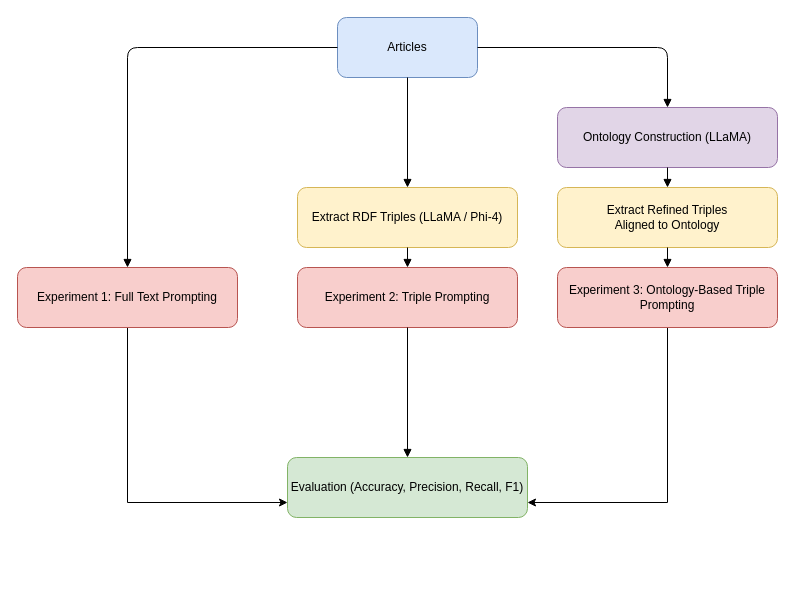
avhou/IM9506-AF keeps this draw.io diagram as rq1.drawio. Above is the earlier version. Source tidied: cells renumbered, new cells numbered last; positions are measured from the earlier drawing's top-left corner, leaving out a move shared by most shapes. Both pictures are drawn from the tidied source at 100%, with x=0, y=0 at pixel (17, 17).
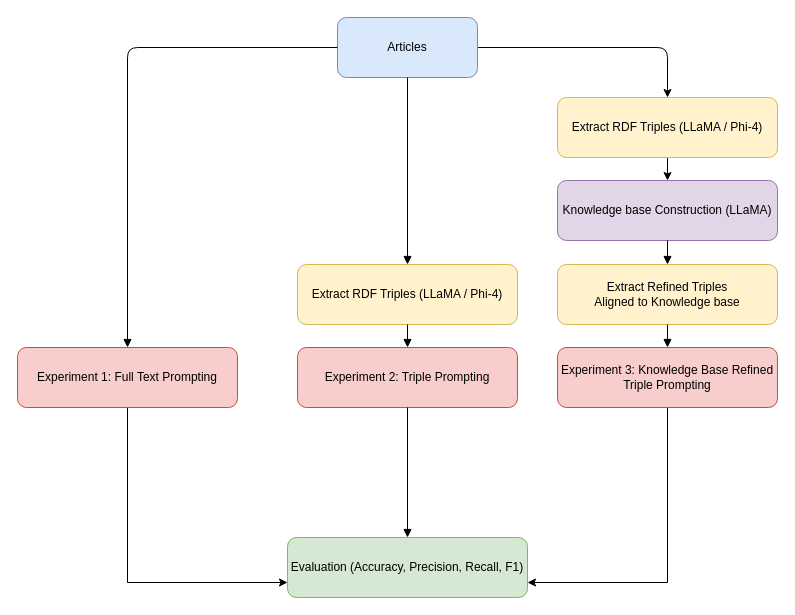
After the change.

The change refers to these unchanged cells:
```xml
<mxCell id="2" value="Articles" style="shape=rectangle;whiteSpace=wrap;rounded=1;fillColor=#dae8fc;strokeColor=#6c8ebf;" parent="1" vertex="1">
  <mxGeometry x="320" width="140" height="60" as="geometry" />
</mxCell>
```

Change to the diagram source:
```diff
@@
+    <mxCell id="19" style="edgeStyle=orthogonalEdgeStyle;rounded=1;jettySize=auto;html=1;entryX=0.5;entryY=0;entryDx=0;entryDy=0;shadow=0;flowAnimation=0;curved=0;" parent="1" edge="1" source="2" target="21">
+      <mxGeometry relative="1" as="geometry" />
+    </mxCell>
@@
-    <mxCell id="3" style="edgeStyle=orthogonalEdgeStyle;rounded=0;jettySize=auto;html=1;entryX=0;entryY=0.75;entryDx=0;entryDy=0;" parent="1" edge="1" source="4" target="17">
+    <mxCell id="3" style="edgeStyle=orthogonalEdgeStyle;rounded=0;jettySize=auto;html=1;entryX=0;entryY=0.75;entryDx=0;entryDy=0;" parent="1" edge="1" target="17">
       <mxGeometry relative="1" as="geometry">
+        <mxPoint x="110" y="390" as="sourcePoint" />
         <Array as="points">
-          <mxPoint x="110" y="485" />
+          <mxPoint x="110" y="565" />
         </Array>
       </mxGeometry>
     </mxCell>
     <mxCell id="4" value="Experiment 1: Full Text Prompting" style="shape=rectangle;whiteSpace=wrap;rounded=1;fillColor=#f8cecc;strokeColor=#b85450;" parent="1" vertex="1">
-      <mxGeometry y="250" width="220" height="60" as="geometry" />
+      <mxGeometry y="330" width="220" height="60" as="geometry" />
     </mxCell>
@@
     <mxCell id="6" value="Extract RDF Triples (LLaMA / Phi-4)" style="shape=rectangle;whiteSpace=wrap;rounded=1;fillColor=#fff2cc;strokeColor=#d6b656;" parent="1" vertex="1">
-      <mxGeometry x="280" y="170" width="220" height="60" as="geometry" />
+      <mxGeometry x="280" y="247" width="220" height="60" as="geometry" />
     </mxCell>
     <mxCell id="7" value="Experiment 2: Triple Prompting" style="shape=rectangle;whiteSpace=wrap;rounded=1;fillColor=#f8cecc;strokeColor=#b85450;" parent="1" vertex="1">
-      <mxGeometry x="280" y="250" width="220" height="60" as="geometry" />
+      <mxGeometry x="280" y="330" width="220" height="60" as="geometry" />
     </mxCell>
@@
-    <mxCell id="10" value="Ontology Construction (LLaMA)" style="shape=rectangle;whiteSpace=wrap;rounded=1;fillColor=#e1d5e7;strokeColor=#9673a6;" parent="1" vertex="1">
-      <mxGeometry x="540" y="90" width="220" height="60" as="geometry" />
+    <mxCell id="10" value="Knowledge base Construction (LLaMA)" style="shape=rectangle;whiteSpace=wrap;rounded=1;fillColor=#e1d5e7;strokeColor=#9673a6;" parent="1" vertex="1">
+      <mxGeometry x="540" y="163" width="220" height="60" as="geometry" />
     </mxCell>
-    <mxCell id="11" value="Extract Refined Triples&#10;Aligned to Ontology" style="shape=rectangle;whiteSpace=wrap;rounded=1;fillColor=#fff2cc;strokeColor=#d6b656;" parent="1" vertex="1">
-      <mxGeometry x="540" y="170" width="220" height="60" as="geometry" />
+    <mxCell id="11" value="Extract Refined Triples&#10;Aligned to Knowledge base" style="shape=rectangle;whiteSpace=wrap;rounded=1;fillColor=#fff2cc;strokeColor=#d6b656;" parent="1" vertex="1">
+      <mxGeometry x="540" y="247" width="220" height="60" as="geometry" />
     </mxCell>
     <mxCell id="12" style="edgeStyle=orthogonalEdgeStyle;rounded=0;jettySize=auto;html=1;entryX=1;entryY=0.75;entryDx=0;entryDy=0;" parent="1" edge="1" source="13" target="17">
       <mxGeometry relative="1" as="geometry">
         <Array as="points">
-          <mxPoint x="650" y="485" />
+          <mxPoint x="650" y="565" />
         </Array>
       </mxGeometry>
     </mxCell>
-    <mxCell id="13" value="Experiment 3: Ontology-Based Triple Prompting" style="shape=rectangle;whiteSpace=wrap;rounded=1;fillColor=#f8cecc;strokeColor=#b85450;" parent="1" vertex="1">
-      <mxGeometry x="540" y="250" width="220" height="60" as="geometry" />
+    <mxCell id="13" value="Experiment 3: Knowledge Base Refined Triple Prompting" style="shape=rectangle;whiteSpace=wrap;rounded=1;fillColor=#f8cecc;strokeColor=#b85450;" parent="1" vertex="1">
+      <mxGeometry x="540" y="330" width="220" height="60" as="geometry" />
     </mxCell>
-    <mxCell id="14" style="edgeStyle=orthogonalEdgeStyle;endArrow=block;" parent="1" edge="1" source="2" target="10">
-      <mxGeometry relative="1" as="geometry" />
-    </mxCell>
@@
     <mxCell id="17" value="Evaluation (Accuracy, Precision, Recall, F1)" style="shape=rectangle;whiteSpace=wrap;rounded=1;fillColor=#d5e8d4;strokeColor=#82b366;" parent="1" vertex="1">
-      <mxGeometry x="270" y="440" width="240" height="60" as="geometry" />
+      <mxGeometry x="270" y="520" width="240" height="60" as="geometry" />
     </mxCell>
@@
+    <mxCell id="20" style="edgeStyle=orthogonalEdgeStyle;rounded=0;jettySize=auto;html=1;entryX=0.5;entryY=0;entryDx=0;entryDy=0;" parent="1" edge="1" source="21" target="10">
+      <mxGeometry relative="1" as="geometry" />
+    </mxCell>
+    <mxCell id="21" value="Extract RDF Triples (LLaMA / Phi-4)" style="shape=rectangle;whiteSpace=wrap;rounded=1;fillColor=#fff2cc;strokeColor=#d6b656;" parent="1" vertex="1">
+      <mxGeometry x="540" y="80" width="220" height="60" as="geometry" />
+    </mxCell>
```
